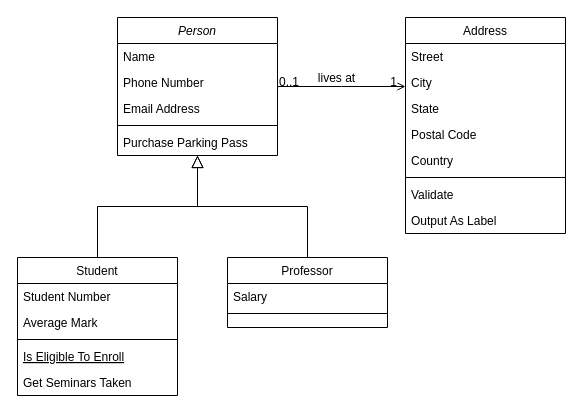
Above: db/Untitled Diagram.drawio in gubihero/MyFamilyReunion (draw.io), before the change. Source tidied: cells renumbered, new cells numbered last; positions are measured from the earlier drawing's top-left corner, leaving out a move shared by most shapes. Both pictures are drawn from the tidied source at 100%, with x=0, y=0 at pixel (17, 17).
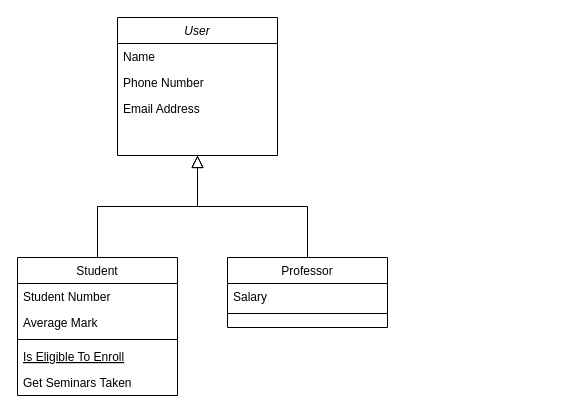
Above is the later version.

Change to the diagram source:
```diff
@@
-    <mxCell id="2" value="Person" style="swimlane;fontStyle=2;align=center;verticalAlign=top;horizontal=1;startSize=26;rounded=0;shadow=0;strokeWidth=1;" parent="1" vertex="1">
+    <mxCell id="2" value="User" style="swimlane;fontStyle=2;align=center;verticalAlign=top;horizontal=1;startSize=26;rounded=0;shadow=0;strokeWidth=1;" parent="1" vertex="1">
       <mxGeometry x="100" width="160" height="138" as="geometry" />
     </mxCell>
@@
-    <mxCell id="6" style="line;html=1;strokeWidth=1;align=left;verticalAlign=middle;spacingTop=-1;spacingLeft=3;spacingRight=3;labelPosition=right;" parent="2" vertex="1">
-      <mxGeometry y="104" width="160" height="8" as="geometry" />
-    </mxCell>
-    <mxCell id="7" value="Purchase Parking Pass" style="text;align=left;verticalAlign=top;spacingLeft=4;spacingRight=4;overflow=hidden;" parent="2" vertex="1">
-      <mxGeometry y="112" width="160" height="26" as="geometry" />
-    </mxCell>
@@
-    <mxCell id="19" value="Address" style="swimlane;fontStyle=0;align=center;verticalAlign=top;horizontal=1;startSize=26;rounded=0;shadow=0;strokeWidth=1;" parent="1" vertex="1">
-      <mxGeometry x="388" width="160" height="216" as="geometry" />
-    </mxCell>
-    <mxCell id="20" value="Street" style="text;align=left;verticalAlign=top;spacingLeft=4;spacingRight=4;overflow=hidden;" parent="19" vertex="1">
-      <mxGeometry y="26" width="160" height="26" as="geometry" />
-    </mxCell>
-    <mxCell id="21" value="City" style="text;align=left;verticalAlign=top;spacingLeft=4;spacingRight=4;overflow=hidden;rounded=0;shadow=0;html=0;" parent="19" vertex="1">
-      <mxGeometry y="52" width="160" height="26" as="geometry" />
-    </mxCell>
-    <mxCell id="22" value="State" style="text;align=left;verticalAlign=top;spacingLeft=4;spacingRight=4;overflow=hidden;rounded=0;shadow=0;html=0;" parent="19" vertex="1">
-      <mxGeometry y="78" width="160" height="26" as="geometry" />
-    </mxCell>
-    <mxCell id="23" value="Postal Code" style="text;align=left;verticalAlign=top;spacingLeft=4;spacingRight=4;overflow=hidden;rounded=0;shadow=0;html=0;" parent="19" vertex="1">
-      <mxGeometry y="104" width="160" height="26" as="geometry" />
-    </mxCell>
-    <mxCell id="24" value="Country" style="text;align=left;verticalAlign=top;spacingLeft=4;spacingRight=4;overflow=hidden;rounded=0;shadow=0;html=0;" parent="19" vertex="1">
-      <mxGeometry y="130" width="160" height="26" as="geometry" />
-    </mxCell>
-    <mxCell id="25" style="line;html=1;strokeWidth=1;align=left;verticalAlign=middle;spacingTop=-1;spacingLeft=3;spacingRight=3;labelPosition=right;" parent="19" vertex="1">
-      <mxGeometry y="156" width="160" height="8" as="geometry" />
-    </mxCell>
-    <mxCell id="26" value="Validate" style="text;align=left;verticalAlign=top;spacingLeft=4;spacingRight=4;overflow=hidden;" parent="19" vertex="1">
-      <mxGeometry y="164" width="160" height="26" as="geometry" />
-    </mxCell>
-    <mxCell id="27" value="Output As Label" style="text;align=left;verticalAlign=top;spacingLeft=4;spacingRight=4;overflow=hidden;" parent="19" vertex="1">
-      <mxGeometry y="190" width="160" height="26" as="geometry" />
-    </mxCell>
-    <mxCell id="28" style="endArrow=open;shadow=0;strokeWidth=1;rounded=0;endFill=1;edgeStyle=elbowEdgeStyle;elbow=vertical;" parent="1" edge="1" source="2" target="19">
-      <mxGeometry x="0.5" y="41" relative="1" as="geometry">
-        <mxPoint x="-40" y="32" as="offset" />
-      </mxGeometry>
-    </mxCell>
-    <mxCell id="29" value="0..1" style="align=left;verticalAlign=bottom;labelBackgroundColor=none;fontSize=12;" parent="28" vertex="1">
-      <mxGeometry x="-1" relative="1" as="geometry">
-        <mxPoint y="4" as="offset" />
-      </mxGeometry>
-    </mxCell>
-    <mxCell id="30" value="1" style="align=right;verticalAlign=bottom;labelBackgroundColor=none;fontSize=12;" parent="28" vertex="1">
-      <mxGeometry x="1" relative="1" as="geometry">
-        <mxPoint x="-7" y="4" as="offset" />
-      </mxGeometry>
-    </mxCell>
-    <mxCell id="31" value="lives at" style="text;html=1;align=center;verticalAlign=middle;labelBackgroundColor=none;rounded=0;shadow=0;strokeWidth=1;fontSize=12;" parent="28" vertex="1">
-      <mxGeometry x="0.5" y="49" relative="1" as="geometry">
-        <mxPoint x="-38" y="40" as="offset" />
-      </mxGeometry>
-    </mxCell>
```
